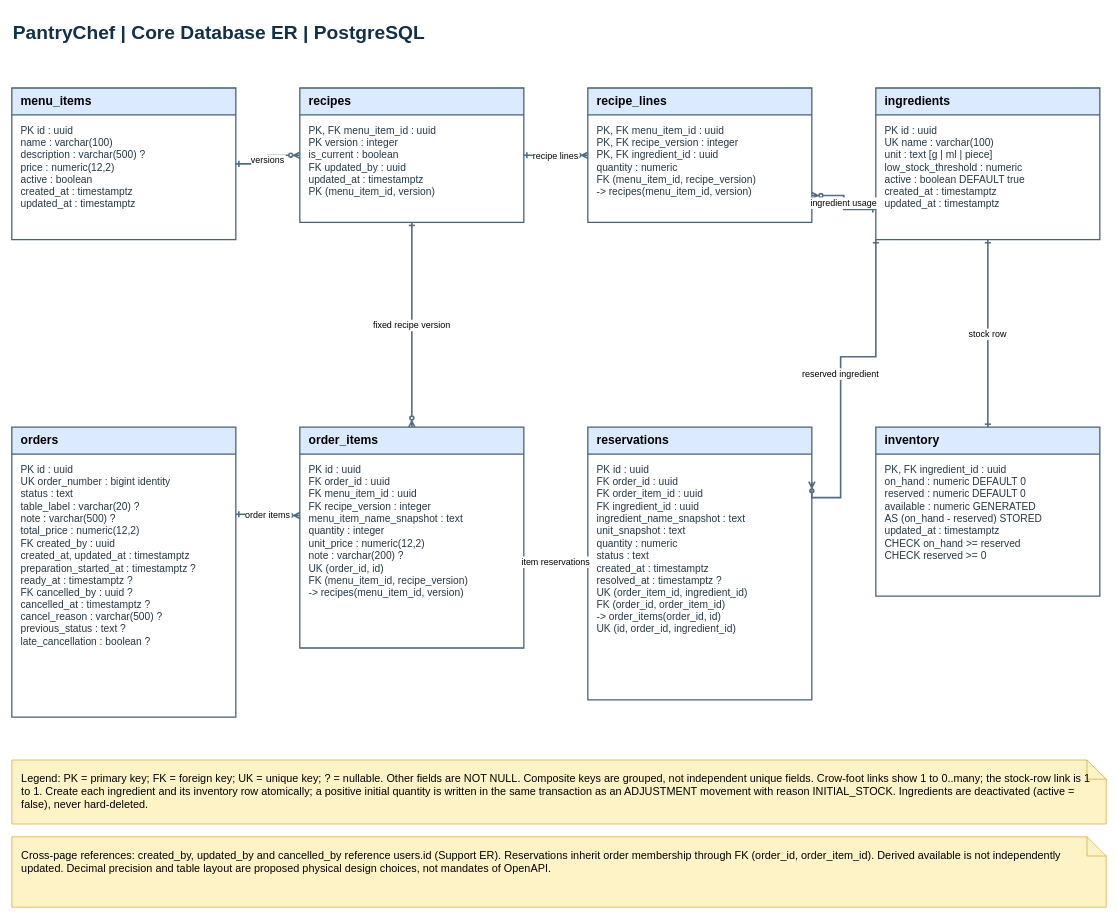
seng321-7th-team/PantryChef keeps this draw.io diagram as page "1 - Core Database ER" (1 of 3) of docs/architecture/database/PantryChef_ER.drawio. Above is the earlier version. Source tidied: cells renumbered, new cells numbered last; positions are measured from the earlier drawing's top-left corner, leaving out a move shared by most shapes. Both pictures are drawn from the tidied source at 64%, with x=0, y=0 at pixel (12, 11).
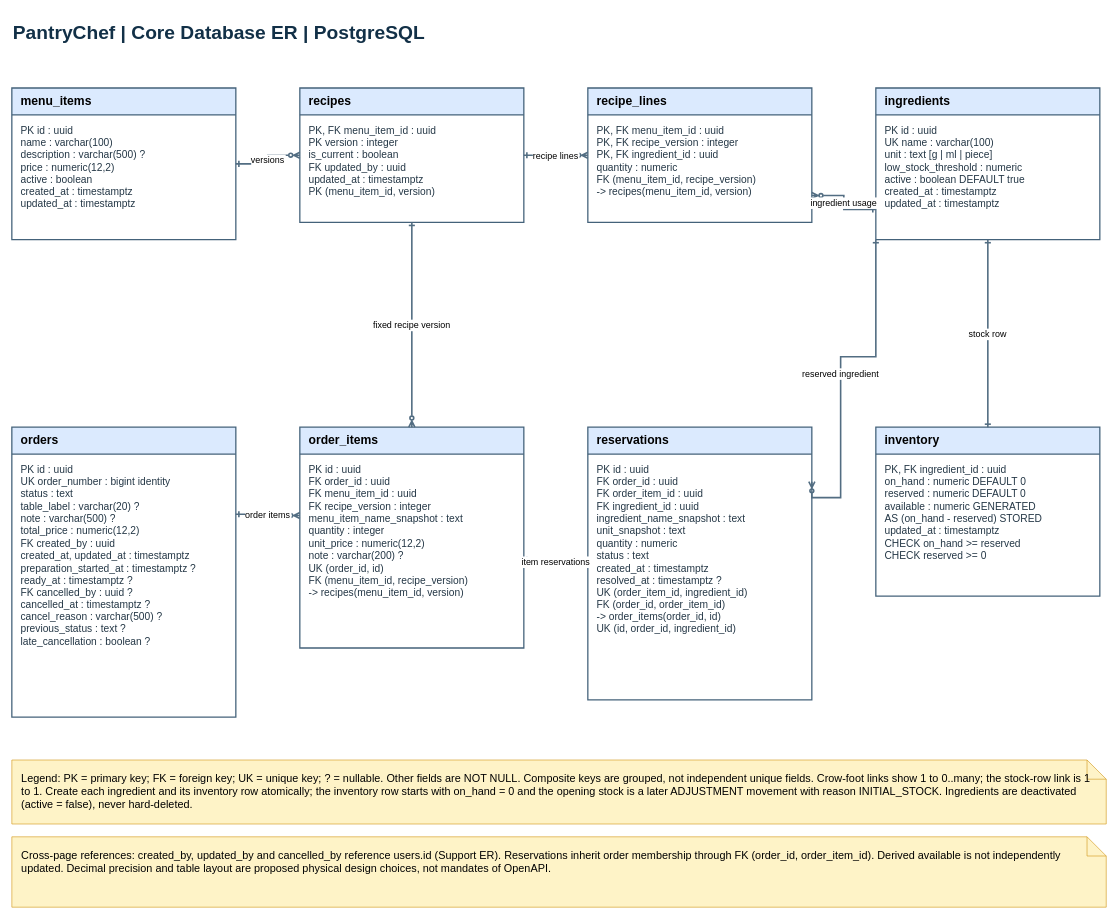
The same diagram, later.

Commit message (it also covers changes not shown here):
Enter initial stock through a separate adjustment (#61)

Change to the diagram source:
```diff
@@
-    <mxCell id="27" value="Legend: PK = primary key; FK = foreign key; UK = unique key; ? = nullable. Other fields are NOT NULL. Composite keys are grouped, not independent unique fields. Crow-foot links show 1 to 0..many; the stock-row link is 1 to 1. Create each ingredient and its inventory row atomically; a positive initial quantity is written in the same transaction as an ADJUSTMENT movement with reason INITIAL_STOCK. Ingredients are deactivated (active = false), never hard-deleted." style="shape=note;whiteSpace=wrap;html=0;align=left;verticalAlign=top;spacing=15;fillColor=#fef3c7;strokeColor=#d49a20;fontSize=17;" parent="1" vertex="1">
+    <mxCell id="27" value="Legend: PK = primary key; FK = foreign key; UK = unique key; ? = nullable. Other fields are NOT NULL. Composite keys are grouped, not independent unique fields. Crow-foot links show 1 to 0..many; the stock-row link is 1 to 1. Create each ingredient and its inventory row atomically; the inventory row starts with on_hand = 0 and the opening stock is a later ADJUSTMENT movement with reason INITIAL_STOCK. Ingredients are deactivated (active = false), never hard-deleted." style="shape=note;whiteSpace=wrap;html=0;align=left;verticalAlign=top;spacing=15;fillColor=#fef3c7;strokeColor=#d49a20;fontSize=17;" parent="1" vertex="1">
       <mxGeometry y="1170" width="1710" height="100" as="geometry" />
     </mxCell>
```
